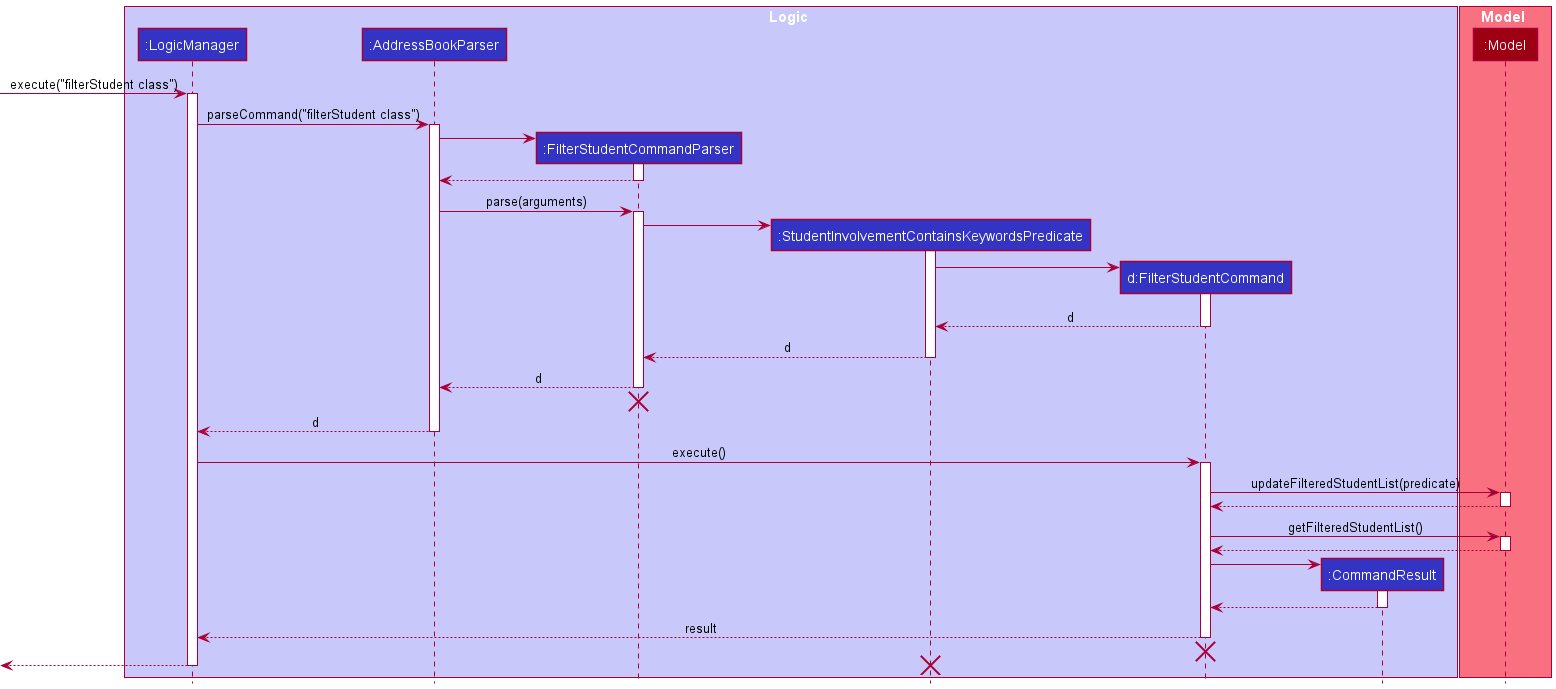
Before: docs/images/FilterDiagram.png, a diagram exported from PlantUML (random689/tp).
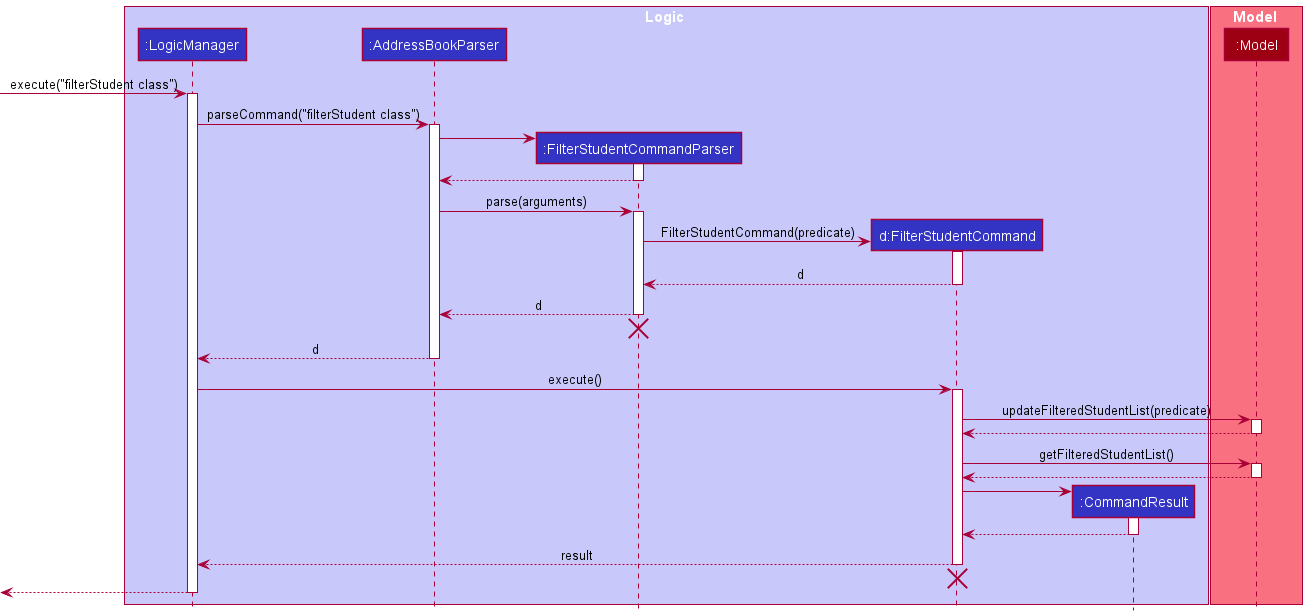
The same file after the commit.

What changed in the source:
```diff
@@ -5,7 +5,6 @@
 participant ":LogicManager" as LogicManager LOGIC_COLOR
 participant ":AddressBookParser" as AddressBookParser LOGIC_COLOR
 participant ":FilterStudentCommandParser" as FilterStudentCommandParser LOGIC_COLOR
-participant ":StudentInvolvementContainsKeywordsPredicate" as StudentInvolvementContainsKeywordsPredicate LOGIC_COLOR
 participant "d:FilterStudentCommand" as FilterStudentCommand LOGIC_COLOR
 participant ":CommandResult" as CommandResult LOGIC_COLOR
 end box
@@ -30,18 +29,12 @@
 AddressBookParser -> FilterStudentCommandParser : parse(arguments)
 activate FilterStudentCommandParser
 
-create StudentInvolvementContainsKeywordsPredicate
-FilterStudentCommandParser ->  StudentInvolvementContainsKeywordsPredicate
-activate StudentInvolvementContainsKeywordsPredicate
-
 create FilterStudentCommand
-StudentInvolvementContainsKeywordsPredicate -> FilterStudentCommand
+FilterStudentCommandParser -> FilterStudentCommand : FilterStudentCommand(predicate)
 activate FilterStudentCommand
 
-FilterStudentCommand --> StudentInvolvementContainsKeywordsPredicate :d
-deactivate FilterStudentCommand
 
-StudentInvolvementContainsKeywordsPredicate --> FilterStudentCommandParser :d
+FilterStudentCommand --> FilterStudentCommandParser :d
 deactivate
 
 FilterStudentCommandParser --> AddressBookParser :d
@@ -83,5 +76,4 @@
 
 [<--LogicManager
 deactivate LogicManager
-destroy StudentInvolvementContainsKeywordsPredicate
 @enduml
```
